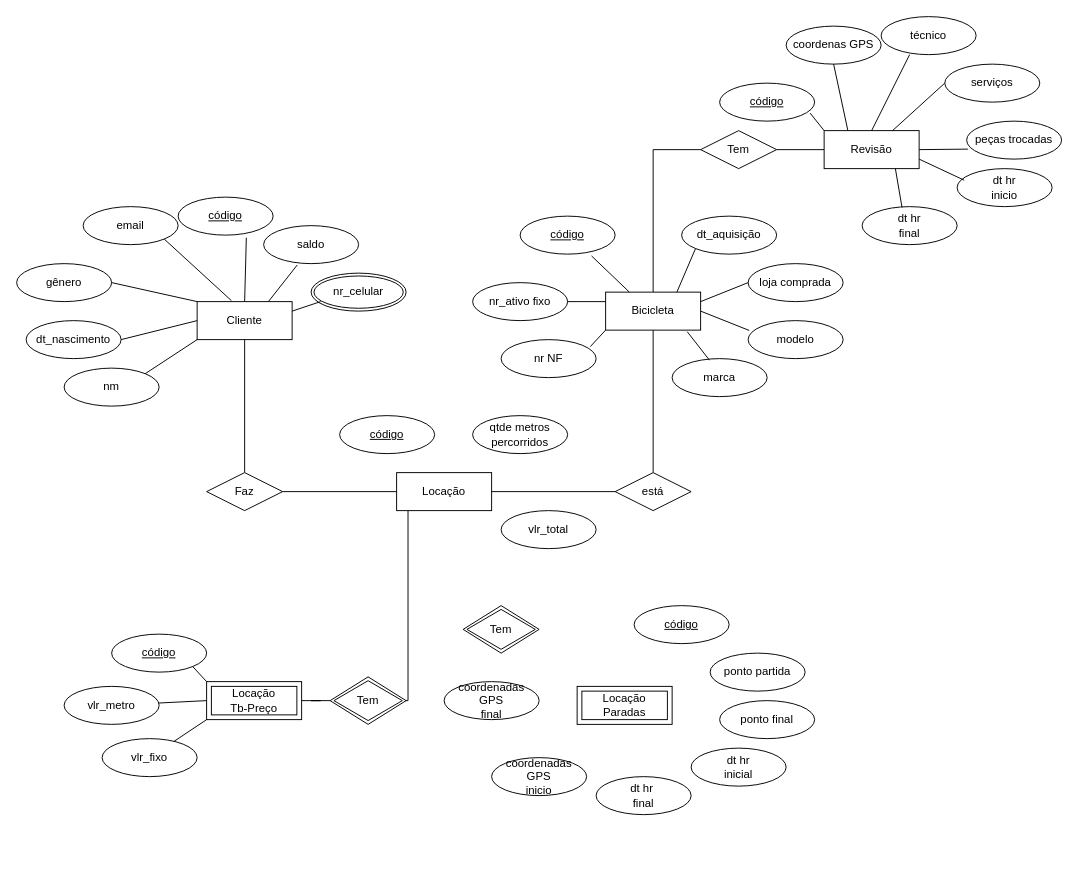
Before: page "Page-2" (2 of 2) of LicaoModelagemDados10/10-05Bicicleta.drawio in Carolina-Silva/BD, a draw.io diagram. Source tidied: cells renumbered, new cells numbered last; positions are measured from the earlier drawing's top-left corner, leaving out a move shared by most shapes. Both pictures are drawn from the tidied source at 95%, with x=0, y=0 at pixel (16, 16).
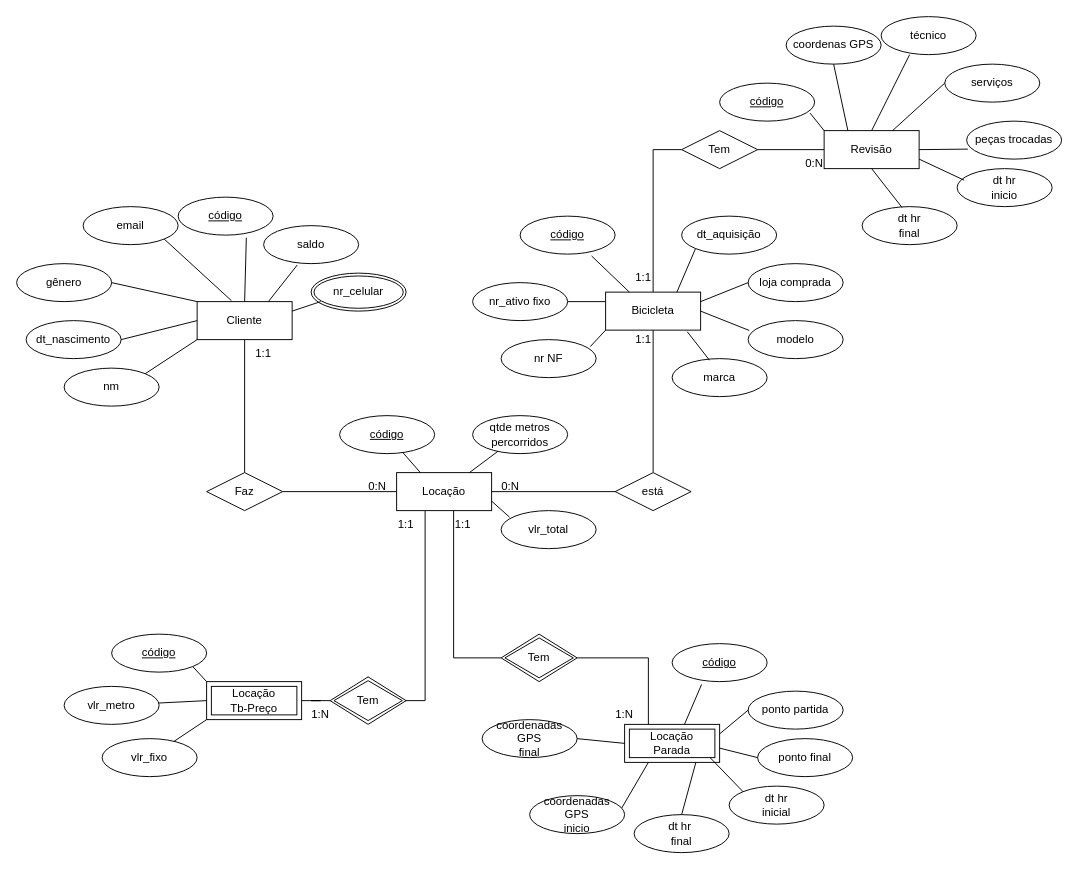
The same diagram, later.

The change refers to these unchanged cells:
```xml
<mxCell id="6" value="Locação" style="whiteSpace=wrap;html=1;align=center;" parent="1" vertex="1">
  <mxGeometry x="400" y="480" width="100" height="40" as="geometry" />
</mxCell>
<mxCell id="10" value="Revisão" style="whiteSpace=wrap;html=1;align=center;" parent="1" vertex="1">
  <mxGeometry x="850" y="120" width="100" height="40" as="geometry" />
</mxCell>
<mxCell id="14" value="Tem" style="shape=rhombus;double=1;perimeter=rhombusPerimeter;whiteSpace=wrap;html=1;align=center;" parent="1" vertex="1">
  <mxGeometry x="330" y="695" width="80" height="50" as="geometry" />
</mxCell>
<mxCell id="22" value="código" style="ellipse;whiteSpace=wrap;html=1;align=center;fontStyle=4;" parent="1" vertex="1">
  <mxGeometry x="340" y="420" width="100" height="40" as="geometry" />
</mxCell>
<mxCell id="60" value="dt hr&lt;br&gt;final" style="ellipse;whiteSpace=wrap;html=1;align=center;" parent="1" vertex="1">
  <mxGeometry x="890" y="200" width="100" height="40" as="geometry" />
</mxCell>
<mxCell id="77" value="qtde metros percorridos" style="ellipse;whiteSpace=wrap;html=1;align=center;" parent="1" vertex="1">
  <mxGeometry x="480" y="420" width="100" height="40" as="geometry" />
</mxCell>
<mxCell id="78" value="vlr_total" style="ellipse;whiteSpace=wrap;html=1;align=center;" parent="1" vertex="1">
  <mxGeometry x="510" y="520" width="100" height="40" as="geometry" />
</mxCell>
```

Diff of the diagram source:
```diff
@@
-    <mxCell id="5" style="edgeStyle=orthogonalEdgeStyle;rounded=0;jettySize=auto;html=1;endArrow=none;endFill=0;entryX=0.5;entryY=0;entryDx=0;entryDy=0;" parent="1" edge="1" target="14">
+    <mxCell id="5" style="edgeStyle=orthogonalEdgeStyle;rounded=0;jettySize=auto;html=1;endArrow=none;endFill=0;entryX=0.5;entryY=0;entryDx=0;entryDy=0;" parent="1" edge="1" source="6" target="14">
       <mxGeometry relative="1" as="geometry">
-        <mxPoint x="412" y="520" as="sourcePoint" />
         <Array as="points">
-          <mxPoint x="412" y="720" />
+          <mxPoint x="430" y="720" />
           <mxPoint x="370" y="720" />
         </Array>
       </mxGeometry>
     </mxCell>
+    <mxCell id="79" style="edgeStyle=orthogonalEdgeStyle;rounded=0;jettySize=auto;html=1;endArrow=none;endFill=0;" parent="1" edge="1" source="6" target="69">
+      <mxGeometry relative="1" as="geometry">
+        <Array as="points">
+          <mxPoint x="460" y="675" />
+        </Array>
+      </mxGeometry>
+    </mxCell>
@@
     <mxCell id="18" value="Tem" style="shape=rhombus;perimeter=rhombusPerimeter;whiteSpace=wrap;html=1;align=center;" parent="1" vertex="1">
-      <mxGeometry x="720" y="120" width="80" height="40" as="geometry" />
+      <mxGeometry x="700" y="120" width="80" height="40" as="geometry" />
     </mxCell>
@@
-    <mxCell id="67" style="endArrow=none;html=1;rounded=0;exitX=0.75;exitY=1;exitDx=0;exitDy=0;entryX=0.42;entryY=0.023;entryDx=0;entryDy=0;entryPerimeter=0;" parent="1" edge="1" source="10" target="60">
+    <mxCell id="67" style="endArrow=none;html=1;rounded=0;exitX=0.5;exitY=1;exitDx=0;exitDy=0;entryX=0.42;entryY=0.023;entryDx=0;entryDy=0;entryPerimeter=0;" parent="1" edge="1" source="10" target="60">
       <mxGeometry relative="1" as="geometry" />
     </mxCell>
-    <mxCell id="68" value="Locação&lt;br&gt;Paradas" style="shape=ext;margin=3;double=1;whiteSpace=wrap;html=1;align=center;" parent="1" vertex="1">
-      <mxGeometry x="590" y="705" width="100" height="40" as="geometry" />
+    <mxCell id="68" value="Locação&lt;br&gt;Parada" style="shape=ext;margin=3;double=1;whiteSpace=wrap;html=1;align=center;" parent="1" vertex="1">
+      <mxGeometry x="640" y="745" width="100" height="40" as="geometry" />
     </mxCell>
+    <mxCell id="80" style="edgeStyle=orthogonalEdgeStyle;rounded=0;jettySize=auto;html=1;exitX=1;exitY=0.5;exitDx=0;exitDy=0;entryX=0.25;entryY=0;entryDx=0;entryDy=0;endArrow=none;endFill=0;" parent="1" edge="1" source="69" target="68">
+      <mxGeometry relative="1" as="geometry" />
+    </mxCell>
     <mxCell id="69" value="Tem" style="shape=rhombus;double=1;perimeter=rhombusPerimeter;whiteSpace=wrap;html=1;align=center;" parent="1" vertex="1">
-      <mxGeometry x="470" y="620" width="80" height="50" as="geometry" />
+      <mxGeometry x="510" y="650" width="80" height="50" as="geometry" />
     </mxCell>
     <mxCell id="70" value="código" style="ellipse;whiteSpace=wrap;html=1;align=center;fontStyle=4;" parent="1" vertex="1">
-      <mxGeometry x="650" y="620" width="100" height="40" as="geometry" />
+      <mxGeometry x="690" y="660" width="100" height="40" as="geometry" />
     </mxCell>
     <mxCell id="71" value="ponto partida" style="ellipse;whiteSpace=wrap;html=1;align=center;" parent="1" vertex="1">
-      <mxGeometry x="730" y="670" width="100" height="40" as="geometry" />
+      <mxGeometry x="770" y="710" width="100" height="40" as="geometry" />
     </mxCell>
     <mxCell id="72" value="ponto final" style="ellipse;whiteSpace=wrap;html=1;align=center;" parent="1" vertex="1">
-      <mxGeometry x="740" y="720" width="100" height="40" as="geometry" />
+      <mxGeometry x="780" y="760" width="100" height="40" as="geometry" />
     </mxCell>
     <mxCell id="73" value="dt hr&lt;br&gt;inicial" style="ellipse;whiteSpace=wrap;html=1;align=center;" parent="1" vertex="1">
-      <mxGeometry x="710" y="770" width="100" height="40" as="geometry" />
+      <mxGeometry x="750" y="810" width="100" height="40" as="geometry" />
     </mxCell>
     <mxCell id="74" value="dt hr&amp;nbsp;&lt;br&gt;final" style="ellipse;whiteSpace=wrap;html=1;align=center;" parent="1" vertex="1">
-      <mxGeometry x="610" y="800" width="100" height="40" as="geometry" />
+      <mxGeometry x="650" y="840" width="100" height="40" as="geometry" />
     </mxCell>
     <mxCell id="75" value="coordenadas GPS&lt;br&gt;inicio" style="ellipse;whiteSpace=wrap;html=1;align=center;" parent="1" vertex="1">
-      <mxGeometry x="500" y="780" width="100" height="40" as="geometry" />
+      <mxGeometry x="540" y="820" width="100" height="40" as="geometry" />
     </mxCell>
     <mxCell id="76" value="coordenadas GPS&lt;br&gt;final" style="ellipse;whiteSpace=wrap;html=1;align=center;" parent="1" vertex="1">
-      <mxGeometry x="450" y="700" width="100" height="40" as="geometry" />
+      <mxGeometry x="490" y="740" width="100" height="40" as="geometry" />
     </mxCell>
@@
+    <mxCell id="81" style="endArrow=none;html=1;rounded=0;entryX=0.31;entryY=1.075;entryDx=0;entryDy=0;entryPerimeter=0;exitX=0.63;exitY=0;exitDx=0;exitDy=0;exitPerimeter=0;" parent="1" edge="1" source="68" target="70">
+      <mxGeometry relative="1" as="geometry" />
+    </mxCell>
+    <mxCell id="82" style="endArrow=none;html=1;rounded=0;entryX=0;entryY=0.5;entryDx=0;entryDy=0;exitX=1;exitY=0.25;exitDx=0;exitDy=0;" parent="1" edge="1" source="68" target="71">
+      <mxGeometry relative="1" as="geometry" />
+    </mxCell>
+    <mxCell id="83" style="endArrow=none;html=1;rounded=0;entryX=0;entryY=0.5;entryDx=0;entryDy=0;" parent="1" edge="1" target="72">
+      <mxGeometry relative="1" as="geometry">
+        <mxPoint x="740" y="770" as="sourcePoint" />
+      </mxGeometry>
+    </mxCell>
+    <mxCell id="84" style="endArrow=none;html=1;rounded=0;entryX=0;entryY=0;entryDx=0;entryDy=0;" parent="1" edge="1" target="73">
+      <mxGeometry relative="1" as="geometry">
+        <mxPoint x="730" y="780" as="sourcePoint" />
+      </mxGeometry>
+    </mxCell>
+    <mxCell id="85" style="endArrow=none;html=1;rounded=0;entryX=0.75;entryY=1;entryDx=0;entryDy=0;exitX=0.5;exitY=0;exitDx=0;exitDy=0;" parent="1" edge="1" source="74" target="68">
+      <mxGeometry relative="1" as="geometry" />
+    </mxCell>
+    <mxCell id="86" style="endArrow=none;html=1;rounded=0;entryX=0.25;entryY=1;entryDx=0;entryDy=0;exitX=0.97;exitY=0.325;exitDx=0;exitDy=0;exitPerimeter=0;" parent="1" edge="1" source="75" target="68">
+      <mxGeometry relative="1" as="geometry" />
+    </mxCell>
+    <mxCell id="87" style="endArrow=none;html=1;rounded=0;entryX=0;entryY=0.5;entryDx=0;entryDy=0;exitX=1;exitY=0.5;exitDx=0;exitDy=0;" parent="1" edge="1" source="76" target="68">
+      <mxGeometry relative="1" as="geometry" />
+    </mxCell>
+    <mxCell id="88" style="endArrow=none;html=1;rounded=0;entryX=1;entryY=0.75;entryDx=0;entryDy=0;exitX=0.09;exitY=0.175;exitDx=0;exitDy=0;exitPerimeter=0;" parent="1" edge="1" source="78" target="6">
+      <mxGeometry relative="1" as="geometry" />
+    </mxCell>
+    <mxCell id="89" style="endArrow=none;html=1;rounded=0;exitX=0.25;exitY=0;exitDx=0;exitDy=0;" parent="1" edge="1" source="6" target="22">
+      <mxGeometry relative="1" as="geometry" />
+    </mxCell>
+    <mxCell id="90" style="endArrow=none;html=1;rounded=0;" parent="1" edge="1" source="6" target="77">
+      <mxGeometry relative="1" as="geometry" />
+    </mxCell>
+    <mxCell id="91" value="0:N" style="text;html=1;strokeColor=none;fillColor=none;align=center;verticalAlign=middle;whiteSpace=wrap;rounded=0;" parent="1" vertex="1">
+      <mxGeometry x="350" y="480" width="60" height="30" as="geometry" />
+    </mxCell>
+    <mxCell id="92" value="1:1" style="text;html=1;strokeColor=none;fillColor=none;align=center;verticalAlign=middle;whiteSpace=wrap;rounded=0;" parent="1" vertex="1">
+      <mxGeometry x="230" y="340" width="60" height="30" as="geometry" />
+    </mxCell>
+    <mxCell id="93" value="1:1" style="text;html=1;strokeColor=none;fillColor=none;align=center;verticalAlign=middle;whiteSpace=wrap;rounded=0;" parent="1" vertex="1">
+      <mxGeometry x="380" y="520" width="60" height="30" as="geometry" />
+    </mxCell>
+    <mxCell id="94" value="1:1" style="text;html=1;strokeColor=none;fillColor=none;align=center;verticalAlign=middle;whiteSpace=wrap;rounded=0;" parent="1" vertex="1">
+      <mxGeometry x="440" y="520" width="60" height="30" as="geometry" />
+    </mxCell>
+    <mxCell id="95" value="1:1" style="text;html=1;strokeColor=none;fillColor=none;align=center;verticalAlign=middle;whiteSpace=wrap;rounded=0;" parent="1" vertex="1">
+      <mxGeometry x="630" y="325" width="60" height="30" as="geometry" />
+    </mxCell>
+    <mxCell id="96" value="0:N" style="text;html=1;strokeColor=none;fillColor=none;align=center;verticalAlign=middle;whiteSpace=wrap;rounded=0;" parent="1" vertex="1">
+      <mxGeometry x="490" y="480" width="60" height="30" as="geometry" />
+    </mxCell>
+    <mxCell id="97" value="1:N" style="text;html=1;strokeColor=none;fillColor=none;align=center;verticalAlign=middle;whiteSpace=wrap;rounded=0;" parent="1" vertex="1">
+      <mxGeometry x="290" y="720" width="60" height="30" as="geometry" />
+    </mxCell>
+    <mxCell id="98" value="1:N" style="text;html=1;strokeColor=none;fillColor=none;align=center;verticalAlign=middle;whiteSpace=wrap;rounded=0;" parent="1" vertex="1">
+      <mxGeometry x="610" y="720" width="60" height="30" as="geometry" />
+    </mxCell>
+    <mxCell id="99" value="1:1" style="text;html=1;strokeColor=none;fillColor=none;align=center;verticalAlign=middle;whiteSpace=wrap;rounded=0;" parent="1" vertex="1">
+      <mxGeometry x="630" y="260" width="60" height="30" as="geometry" />
+    </mxCell>
+    <mxCell id="100" value="0:N" style="text;html=1;strokeColor=none;fillColor=none;align=center;verticalAlign=middle;whiteSpace=wrap;rounded=0;" parent="1" vertex="1">
+      <mxGeometry x="810" y="140" width="60" height="30" as="geometry" />
+    </mxCell>
```
